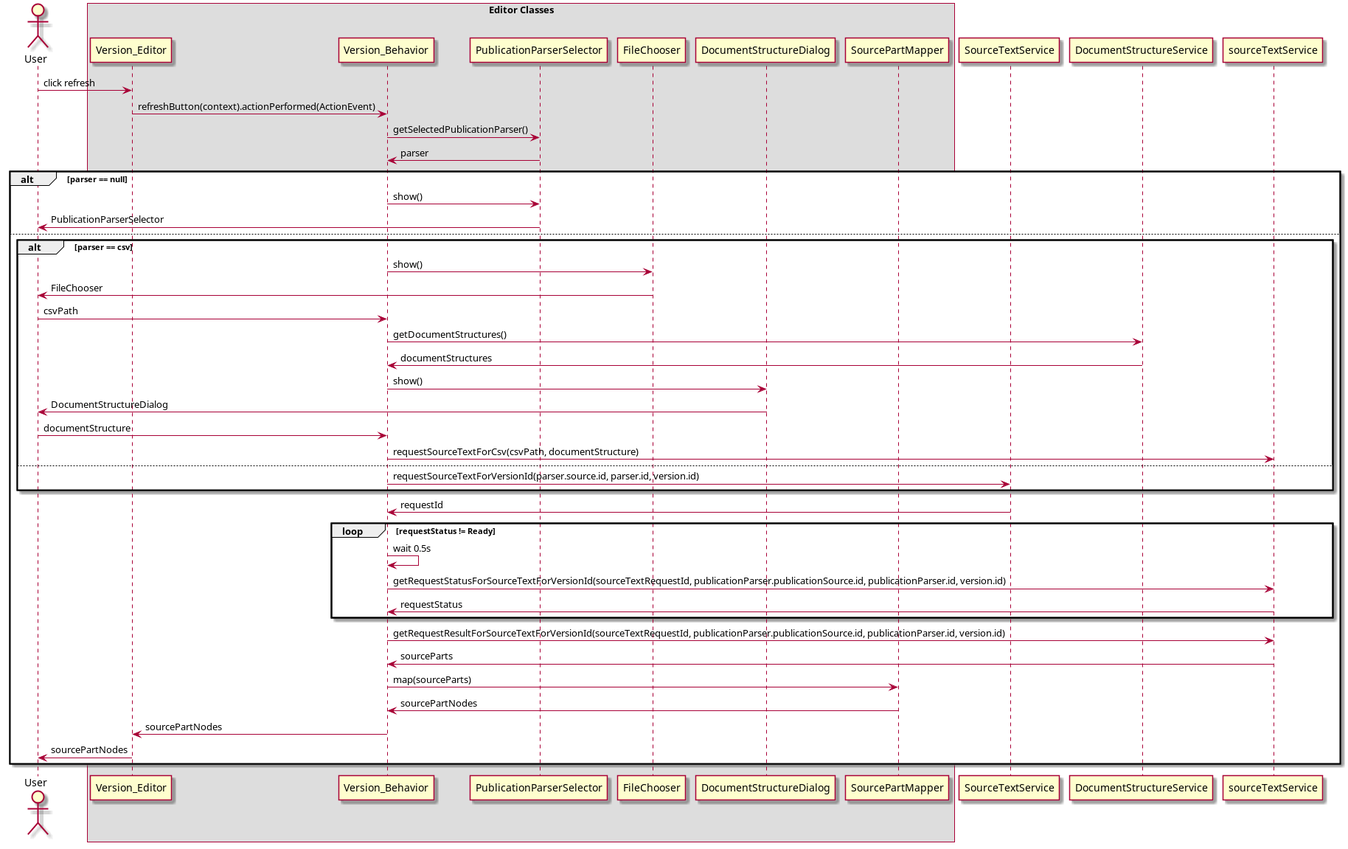
Above: docs/diagrams/renders/editor-version-content-import.png in discipl/flinteditor-mps (PlantUML), before the change.
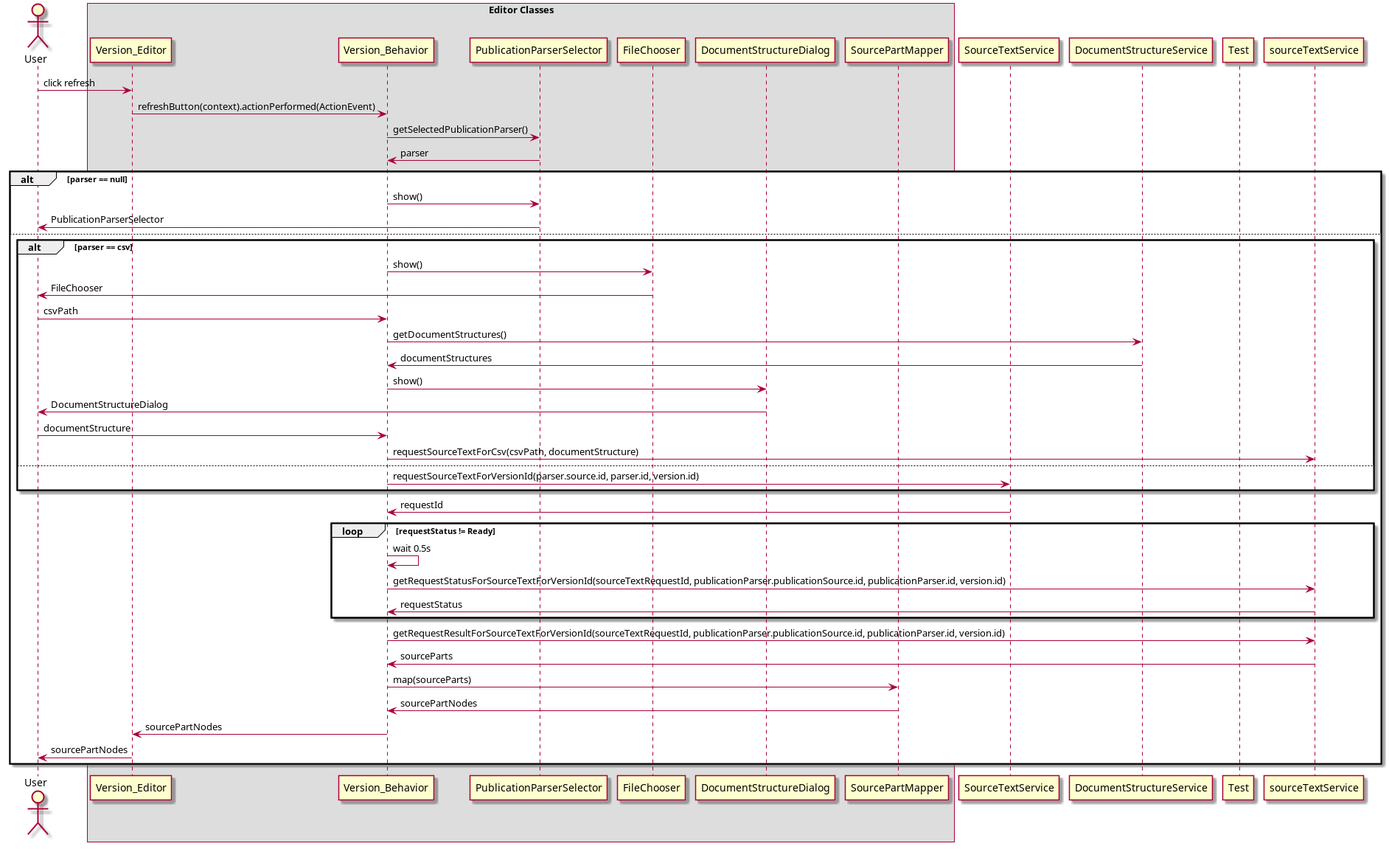
Above is the later version.

Commit message:
Does this auto update

Change to the diagram source:
```diff
@@ -10,6 +10,7 @@
 end box
 participant SourceTextService as stservice
 participant DocumentStructureService as dsservice
+participant Test as test
 
 user -> editor : click refresh
 editor -> behavior :refreshButton(context).actionPerformed(ActionEvent)
```
